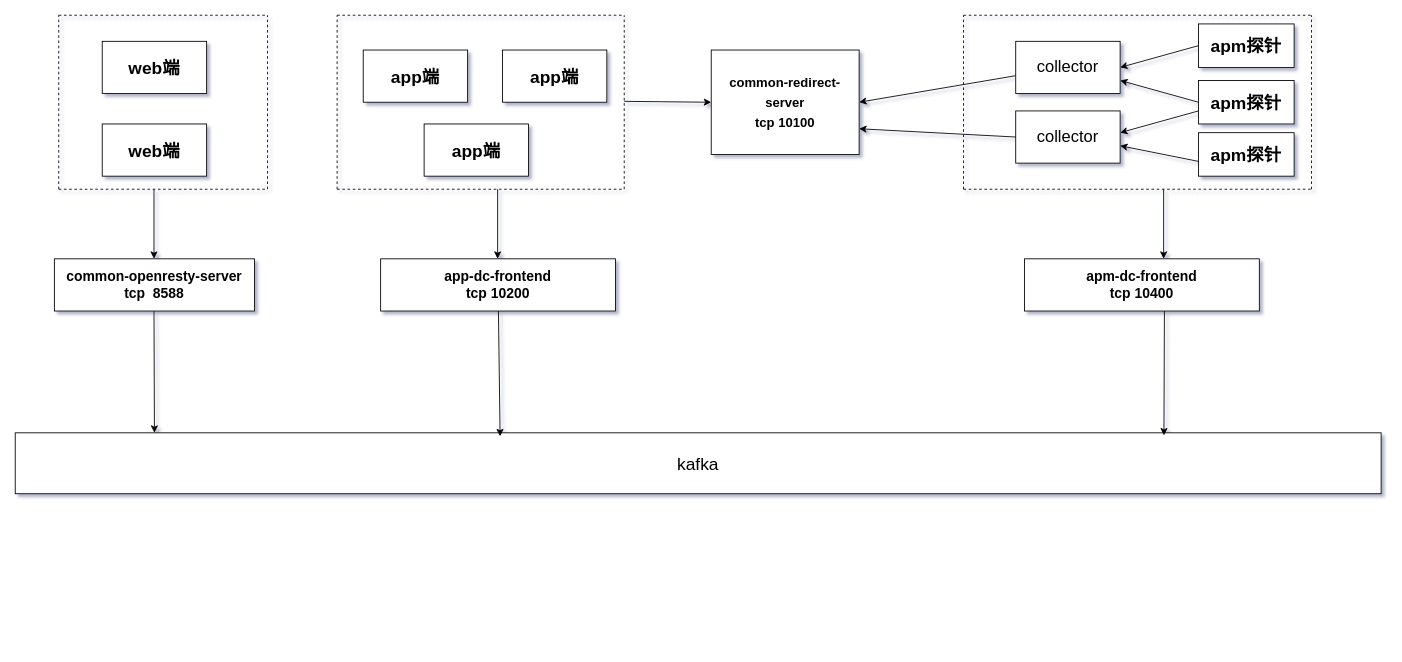
zeng0550/free-programming-books keeps this draw.io diagram as 未命名绘图.drawio. Above is the earlier version. Source tidied: cells renumbered, new cells numbered last; positions are measured from the earlier drawing's top-left corner, leaving out a move shared by most shapes. Both pictures are drawn from the tidied source at 87%, with x=0, y=0 at pixel (15, 15).
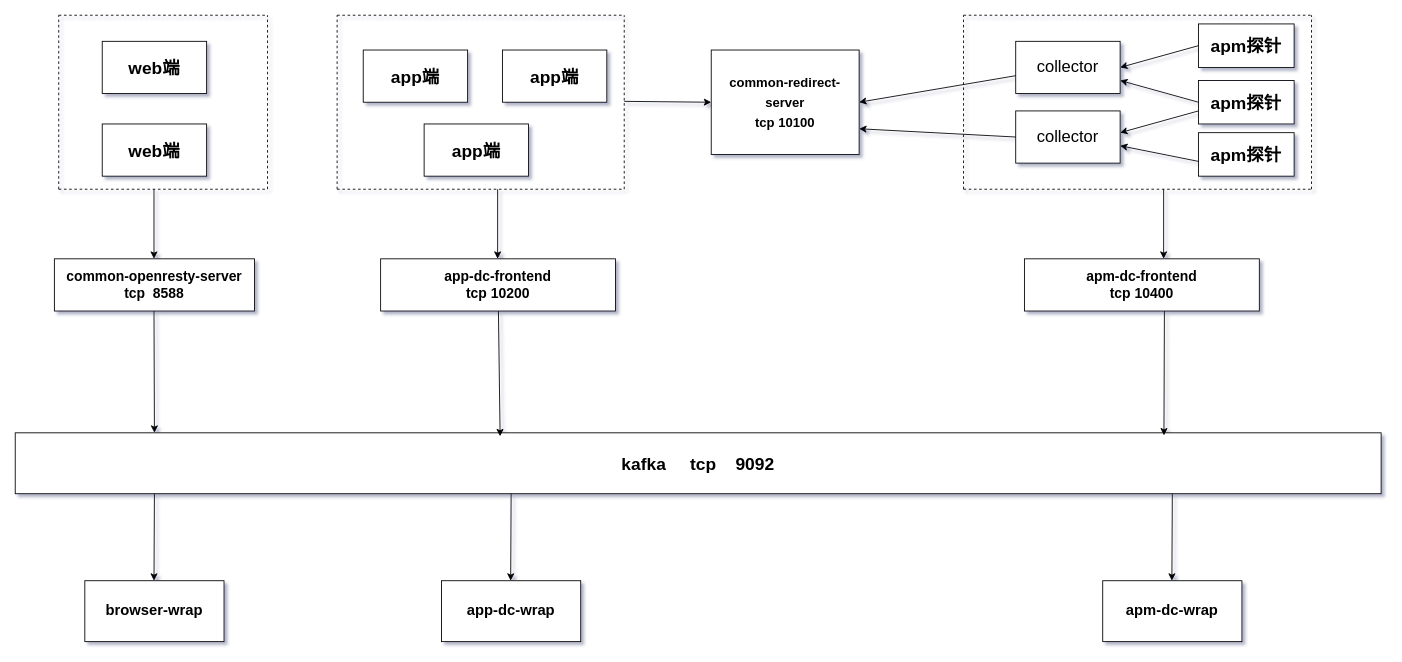
The same page after the edit.

Commit message:
东莞证券详细、.drawio

What changed in the source:
```diff
@@
-    <mxCell id="5" value="kafka" style="rounded=0;whiteSpace=wrap;html=1;fontSize=20;" parent="1" vertex="1">
+    <mxCell id="5" value="&lt;b&gt;kafka&amp;nbsp; &amp;nbsp; &amp;nbsp;tcp&amp;nbsp; &amp;nbsp; 9092&lt;/b&gt;" style="rounded=0;whiteSpace=wrap;html=1;fontSize=20;" parent="1" vertex="1">
       <mxGeometry y="480" width="1570" height="70" as="geometry" />
     </mxCell>
@@
+    <mxCell id="42" value="&lt;font style=&quot;font-size: 17px&quot;&gt;&lt;b&gt;browser-wrap&lt;/b&gt;&lt;/font&gt;" style="rounded=0;whiteSpace=wrap;html=1;" parent="1" vertex="1">
+      <mxGeometry x="80" y="650" width="160" height="70" as="geometry" />
+    </mxCell>
+    <mxCell id="43" style="endArrow=classic;html=1;rounded=0;fontSize=17;" parent="1" edge="1">
+      <mxGeometry relative="1" as="geometry">
+        <mxPoint x="160" y="550" as="sourcePoint" />
+        <mxPoint x="159.5" y="650" as="targetPoint" />
+      </mxGeometry>
+    </mxCell>
+    <mxCell id="44" value="&lt;font style=&quot;font-size: 17px&quot;&gt;&lt;b&gt;app-dc-wrap&lt;/b&gt;&lt;/font&gt;" style="rounded=0;whiteSpace=wrap;html=1;" parent="1" vertex="1">
+      <mxGeometry x="490" y="650" width="160" height="70" as="geometry" />
+    </mxCell>
+    <mxCell id="45" style="endArrow=classic;html=1;rounded=0;fontSize=17;" parent="1" edge="1">
+      <mxGeometry relative="1" as="geometry">
+        <mxPoint x="570" y="550" as="sourcePoint" />
+        <mxPoint x="569.5" y="650" as="targetPoint" />
+      </mxGeometry>
+    </mxCell>
+    <mxCell id="46" value="&lt;font style=&quot;font-size: 17px&quot;&gt;&lt;b&gt;apm-dc-wrap&lt;/b&gt;&lt;/font&gt;" style="rounded=0;whiteSpace=wrap;html=1;" parent="1" vertex="1">
+      <mxGeometry x="1250" y="650" width="160" height="70" as="geometry" />
+    </mxCell>
+    <mxCell id="47" style="endArrow=classic;html=1;rounded=0;fontSize=17;" parent="1" edge="1">
+      <mxGeometry relative="1" as="geometry">
+        <mxPoint x="1330" y="550" as="sourcePoint" />
+        <mxPoint x="1329.5" y="650" as="targetPoint" />
+      </mxGeometry>
+    </mxCell>
```
